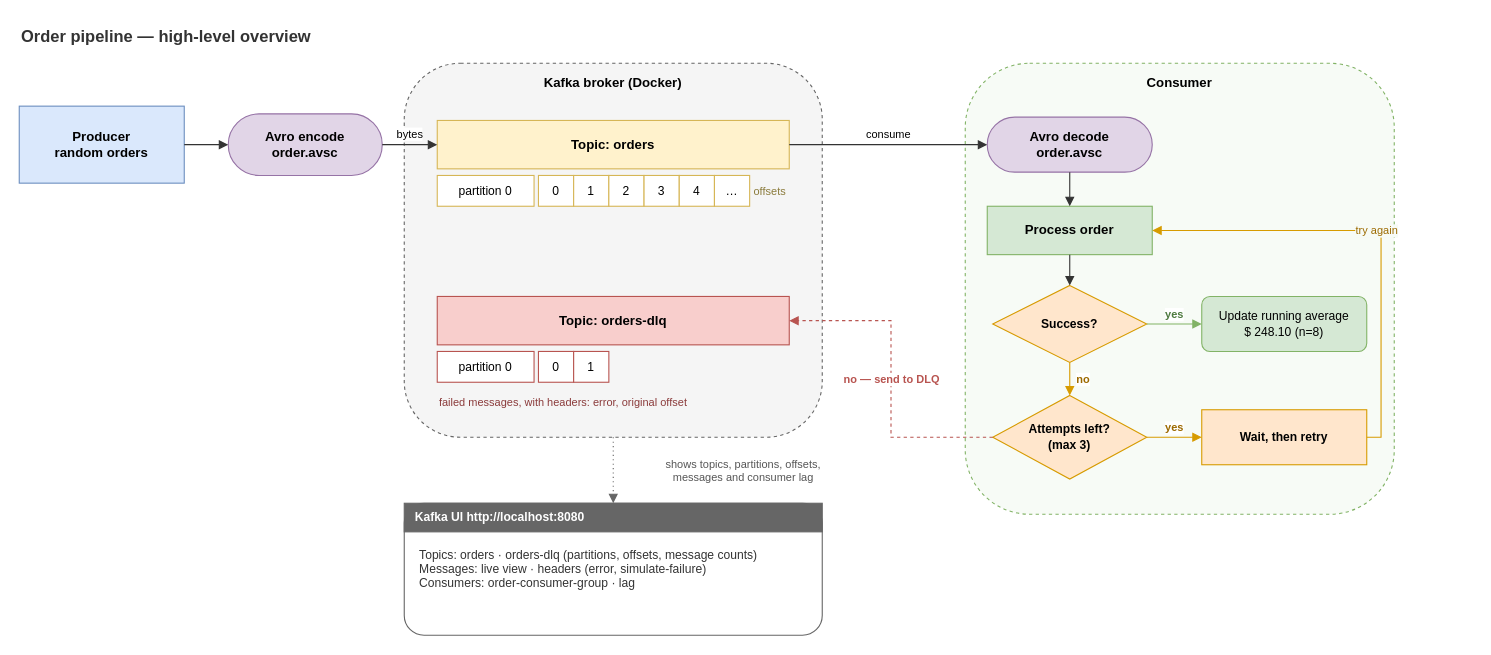
This is docs/diagrams/07-high-level-overview.drawio from ShamilKaleel/kafka-assessment-02, a draw.io file, before an edit. Source tidied: cells renumbered, new cells numbered last; positions are measured from the earlier drawing's top-left corner, leaving out a move shared by most shapes. Both pictures are drawn from the tidied source at 110%, with x=0, y=0 at pixel (19, 19).
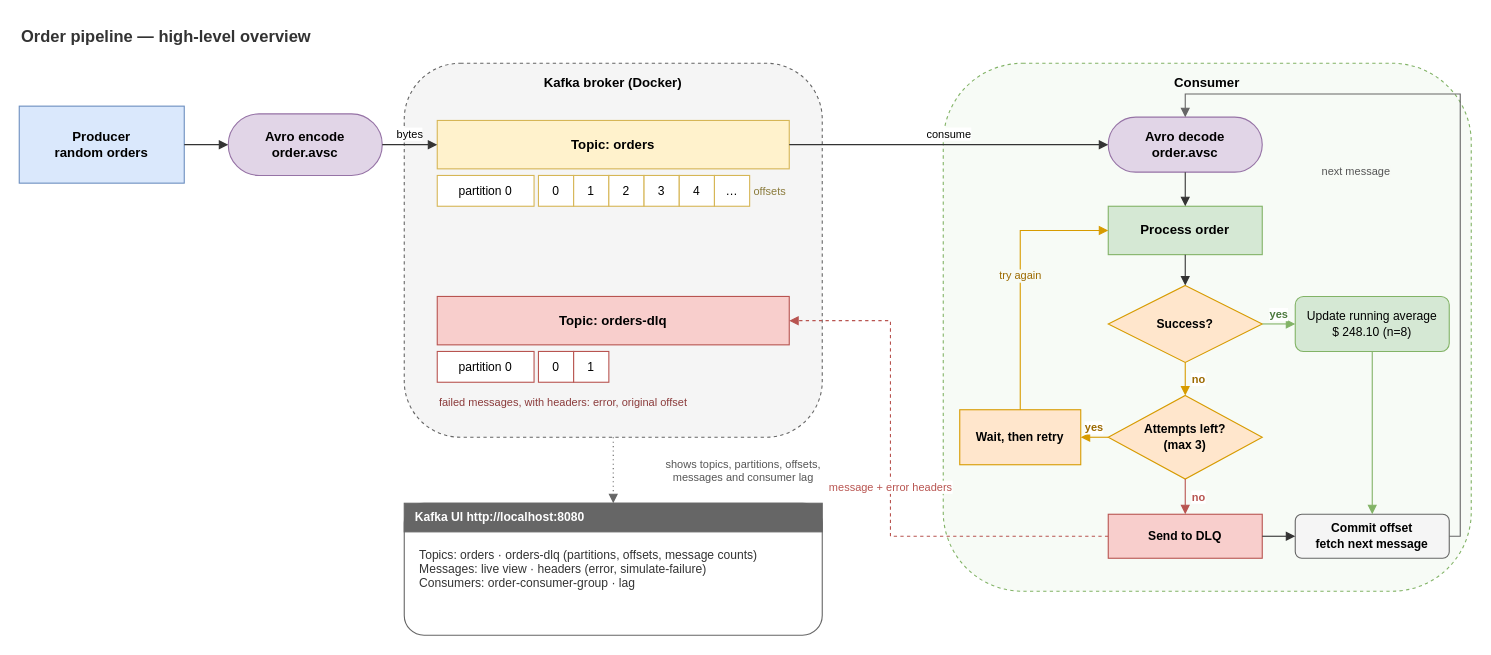
The same diagram, later.

Commit message:
Close the consumer loop with a fetch-next-message step

The change refers to these unchanged cells:
```xml
<mxCell id="5" value="Kafka broker (Docker)" style="rounded=1;whiteSpace=wrap;html=1;fillColor=#f5f5f5;strokeColor=#666666;dashed=1;verticalAlign=top;fontStyle=1;fontSize=12;spacingTop=4;" parent="1" vertex="1">
  <mxGeometry x="350" y="40" width="380" height="340" as="geometry" />
</mxCell>
<mxCell id="15" value="Topic: orders-dlq" style="rounded=0;whiteSpace=wrap;html=1;fillColor=#f8cecc;strokeColor=#b85450;fontSize=12;fontStyle=1;" parent="1" vertex="1">
  <mxGeometry x="380" y="252" width="320" height="44" as="geometry" />
</mxCell>
<mxCell id="27" style="rounded=1;whiteSpace=wrap;html=1;fillColor=#ffffff;strokeColor=#666666;" parent="1" vertex="1">
  <mxGeometry x="350" y="440" width="380" height="120" as="geometry" />
</mxCell>
```

Change to the diagram source:
```diff
@@
     <mxCell id="20" value="Consumer" style="rounded=1;whiteSpace=wrap;html=1;fillColor=#f7fbf6;strokeColor=#82b366;dashed=1;verticalAlign=top;fontStyle=1;fontSize=12;spacingTop=4;" parent="1" vertex="1">
-      <mxGeometry x="860" y="40" width="390" height="410" as="geometry" />
+      <mxGeometry x="840" y="40" width="480" height="480" as="geometry" />
     </mxCell>
     <mxCell id="21" value="Avro decode&#10;order.avsc" style="rounded=1;arcSize=50;whiteSpace=wrap;html=1;fillColor=#e1d5e7;strokeColor=#9673a6;fontSize=12;fontStyle=1;" parent="1" vertex="1">
-      <mxGeometry x="880" y="89" width="150" height="50" as="geometry" />
+      <mxGeometry x="990" y="89" width="140" height="50" as="geometry" />
     </mxCell>
     <mxCell id="22" value="Process order" style="rounded=0;whiteSpace=wrap;html=1;fillColor=#d5e8d4;strokeColor=#82b366;fontSize=12;fontStyle=1;" parent="1" vertex="1">
-      <mxGeometry x="880" y="170" width="150" height="44" as="geometry" />
+      <mxGeometry x="990" y="170" width="140" height="44" as="geometry" />
     </mxCell>
     <mxCell id="23" value="Success?" style="rhombus;whiteSpace=wrap;html=1;fillColor=#ffe6cc;strokeColor=#d79b00;fontSize=11;fontStyle=1;" parent="1" vertex="1">
-      <mxGeometry x="885" y="242" width="140" height="70" as="geometry" />
+      <mxGeometry x="990" y="242" width="140" height="70" as="geometry" />
     </mxCell>
+    <mxCell id="25" value="Attempts left?&#10;(max 3)" style="rhombus;whiteSpace=wrap;html=1;fillColor=#ffe6cc;strokeColor=#d79b00;fontSize=11;fontStyle=1;" parent="1" vertex="1">
+      <mxGeometry x="990" y="342" width="140" height="76" as="geometry" />
+    </mxCell>
+    <mxCell id="41" value="Send to DLQ" style="rounded=0;whiteSpace=wrap;html=1;fillColor=#f8cecc;strokeColor=#b85450;fontSize=11;fontStyle=1;" parent="1" vertex="1">
+      <mxGeometry x="990" y="450" width="140" height="40" as="geometry" />
+    </mxCell>
+    <mxCell id="26" value="Wait, then retry" style="rounded=0;whiteSpace=wrap;html=1;fillColor=#ffe6cc;strokeColor=#d79b00;fontSize=11;fontStyle=1;" parent="1" vertex="1">
+      <mxGeometry x="855" y="355" width="110" height="50" as="geometry" />
+    </mxCell>
     <mxCell id="24" value="Update running average&#10;$ 248.10 (n=8)" style="rounded=1;whiteSpace=wrap;html=1;fillColor=#d5e8d4;strokeColor=#82b366;fontSize=11;" parent="1" vertex="1">
-      <mxGeometry x="1075" y="252" width="150" height="50" as="geometry" />
+      <mxGeometry x="1160" y="252" width="140" height="50" as="geometry" />
     </mxCell>
-    <mxCell id="25" value="Attempts left?&#10;(max 3)" style="rhombus;whiteSpace=wrap;html=1;fillColor=#ffe6cc;strokeColor=#d79b00;fontSize=11;fontStyle=1;" parent="1" vertex="1">
-      <mxGeometry x="885" y="342" width="140" height="76" as="geometry" />
-    </mxCell>
-    <mxCell id="26" value="Wait, then retry" style="rounded=0;whiteSpace=wrap;html=1;fillColor=#ffe6cc;strokeColor=#d79b00;fontSize=11;fontStyle=1;" parent="1" vertex="1">
-      <mxGeometry x="1075" y="355" width="150" height="50" as="geometry" />
-    </mxCell>
+    <mxCell id="42" value="Commit offset&#10;fetch next message" style="rounded=1;whiteSpace=wrap;html=1;fillColor=#f5f5f5;strokeColor=#666666;fontSize=11;fontStyle=1;" parent="1" vertex="1">
+      <mxGeometry x="1160" y="450" width="140" height="40" as="geometry" />
+    </mxCell>
@@
-    <mxCell id="37" value="yes" style="edgeStyle=orthogonalEdgeStyle;rounded=0;html=1;endArrow=block;strokeColor=#d79b00;fontColor=#9c6a00;fontSize=10;fontStyle=1;exitX=1;exitY=0.5;entryX=0;entryY=0.5;" parent="1" edge="1" source="25" target="26">
+    <mxCell id="37" value="yes" style="edgeStyle=orthogonalEdgeStyle;rounded=0;html=1;endArrow=block;strokeColor=#d79b00;fontColor=#9c6a00;fontSize=10;fontStyle=1;exitX=0;exitY=0.5;entryX=1;entryY=0.5;" parent="1" edge="1" source="25" target="26">
       <mxGeometry relative="1" as="geometry">
         <mxPoint y="-9" as="offset" />
       </mxGeometry>
     </mxCell>
-    <mxCell id="38" value="try again" style="edgeStyle=orthogonalEdgeStyle;rounded=0;html=1;endArrow=block;strokeColor=#d79b00;fontColor=#9c6a00;fontSize=10;exitX=1;exitY=0.5;entryX=1;entryY=0.5;labelBackgroundColor=#f7fbf6;" parent="1" edge="1" source="26" target="22">
+    <mxCell id="38" value="try again" style="edgeStyle=orthogonalEdgeStyle;rounded=0;html=1;endArrow=block;strokeColor=#d79b00;fontColor=#9c6a00;fontSize=10;exitX=0.5;exitY=0;entryX=0;entryY=0.5;labelBackgroundColor=#f7fbf6;" parent="1" edge="1" source="26" target="22">
       <mxGeometry relative="1" as="geometry">
         <Array as="points">
-          <mxPoint x="1238" y="380" />
-          <mxPoint x="1238" y="192" />
+          <mxPoint x="910" y="192" />
         </Array>
       </mxGeometry>
     </mxCell>
-    <mxCell id="39" value="no — send to DLQ" style="edgeStyle=orthogonalEdgeStyle;rounded=0;html=1;endArrow=block;dashed=1;strokeColor=#b85450;fontColor=#b85450;fontSize=10;fontStyle=1;labelBackgroundColor=#ffffff;exitX=0;exitY=0.5;entryX=1;entryY=0.5;" parent="1" edge="1" source="25" target="15">
-      <mxGeometry relative="1" as="geometry" />
+    <mxCell id="39" value="no" style="edgeStyle=orthogonalEdgeStyle;rounded=0;html=1;endArrow=block;strokeColor=#b85450;fontColor=#b85450;fontSize=10;fontStyle=1;exitX=0.5;exitY=1;entryX=0.5;entryY=0;" parent="1" edge="1" source="25" target="41">
+      <mxGeometry relative="1" as="geometry">
+        <mxPoint x="12" as="offset" />
+      </mxGeometry>
     </mxCell>
-    <mxCell id="40" value="shows topics, partitions, offsets,&#10;messages and consumer lag" style="edgeStyle=orthogonalEdgeStyle;rounded=0;html=1;endArrow=block;dashed=1;dashPattern=1 3;strokeColor=#666666;fontColor=#555555;fontSize=10;exitX=0.5;exitY=1;entryX=0.5;entryY=0;" parent="1" edge="1" source="5" target="27">
-      <mxGeometry relative="1" as="geometry">
-        <mxPoint x="118" as="offset" />
-      </mxGeometry>
+    <mxCell id="40" style="edgeStyle=orthogonalEdgeStyle;rounded=0;html=1;endArrow=block;strokeColor=#333333;exitX=1;exitY=0.5;entryX=0;entryY=0.5;" parent="1" edge="1" source="41" target="42">
+      <mxGeometry relative="1" as="geometry" />
     </mxCell>
+    <mxCell id="43" style="edgeStyle=orthogonalEdgeStyle;rounded=0;html=1;endArrow=block;strokeColor=#82b366;exitX=0.5;exitY=1;entryX=0.5;entryY=0;" parent="1" edge="1" source="24" target="42">
+      <mxGeometry relative="1" as="geometry" />
+    </mxCell>
+    <mxCell id="44" value="next message" style="edgeStyle=orthogonalEdgeStyle;rounded=0;html=1;endArrow=block;strokeColor=#666666;fontColor=#555555;fontSize=10;exitX=1;exitY=0.5;entryX=0.5;entryY=0;labelBackgroundColor=#f7fbf6;" parent="1" edge="1" source="42" target="21">
+      <mxGeometry relative="1" as="geometry">
+        <Array as="points">
+          <mxPoint x="1310" y="470" />
+          <mxPoint x="1310" y="68" />
+          <mxPoint x="1060" y="68" />
+        </Array>
+        <mxPoint x="-95" as="offset" />
+      </mxGeometry>
+    </mxCell>
+    <mxCell id="45" value="message + error headers" style="edgeStyle=orthogonalEdgeStyle;rounded=0;html=1;endArrow=block;dashed=1;strokeColor=#b85450;fontColor=#b85450;fontSize=10;labelBackgroundColor=#ffffff;exitX=0;exitY=0.5;entryX=1;entryY=0.5;" parent="1" edge="1" source="41" target="15">
+      <mxGeometry relative="1" as="geometry">
+        <Array as="points">
+          <mxPoint x="792" y="470" />
+          <mxPoint x="792" y="274" />
+        </Array>
+      </mxGeometry>
+    </mxCell>
+    <mxCell id="46" value="shows topics, partitions, offsets,&#10;messages and consumer lag" style="edgeStyle=orthogonalEdgeStyle;rounded=0;html=1;endArrow=block;dashed=1;dashPattern=1 3;strokeColor=#666666;fontColor=#555555;fontSize=10;exitX=0.5;exitY=1;entryX=0.5;entryY=0;" parent="1" edge="1" source="5" target="27">
+      <mxGeometry relative="1" as="geometry">
+        <mxPoint x="118" as="offset" />
+      </mxGeometry>
+    </mxCell>
```
